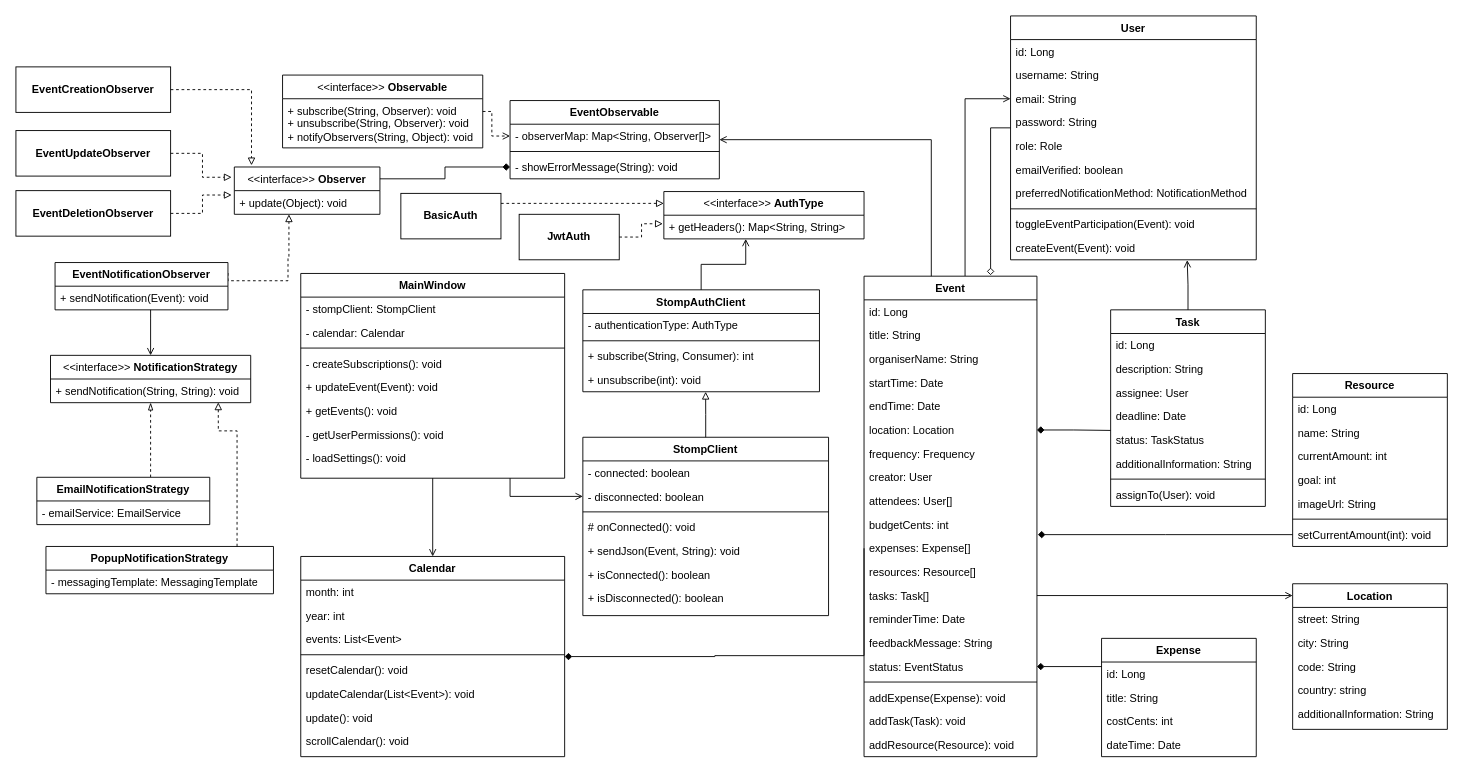
kguzek/event-scheduling-system keeps this draw.io diagram as ess-classes.drawio. Above is the earlier version. Source tidied: cells renumbered, new cells numbered last; positions are measured from the earlier drawing's top-left corner, leaving out a move shared by most shapes. Both pictures are drawn from the tidied source at 91%, with x=0, y=0 at pixel (15, 15).
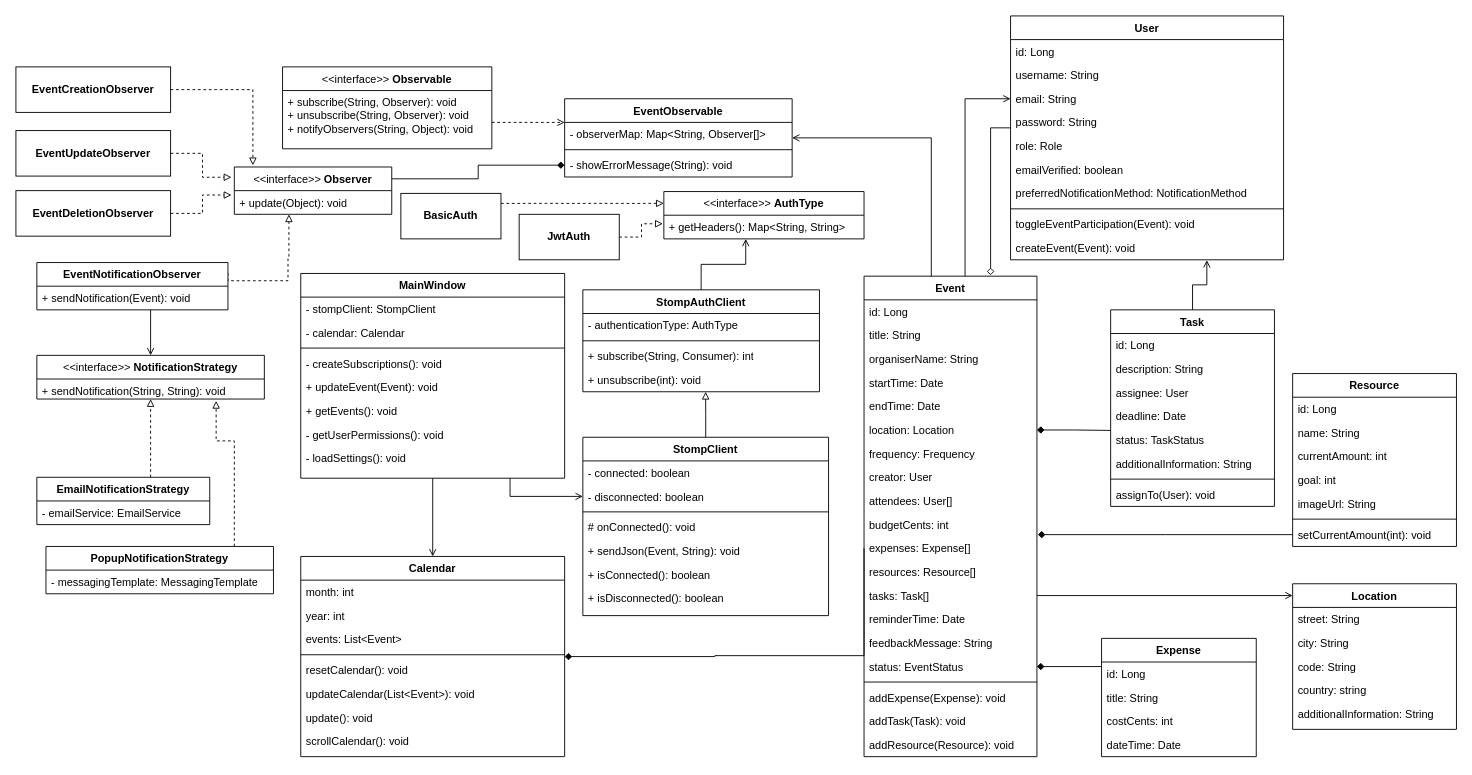
After the change.

Commit message:
fix overflowing text

Unchanged cells that the change refers to:
```xml
<mxCell id="116" value="EmailNotificationStrategy" style="swimlane;fontStyle=1;align=center;verticalAlign=top;horizontal=1;startSize=26;whiteSpace=wrap;html=1;" parent="1" vertex="1">
  <mxGeometry x="23" y="507" width="190" height="52" as="geometry" />
</mxCell>
<mxCell id="118" value="PopupNotificationStrategy" style="swimlane;fontStyle=1;align=center;verticalAlign=top;horizontal=1;startSize=26;whiteSpace=wrap;html=1;" parent="1" vertex="1">
  <mxGeometry x="33" y="583" width="250" height="52" as="geometry" />
</mxCell>
```

Change to the diagram source:
```diff
@@
     <mxCell id="2" value="User" style="swimlane;fontStyle=1;align=center;verticalAlign=top;horizontal=1;startSize=26;rounded=0;shadow=0;strokeWidth=1;" parent="1" vertex="1">
-      <mxGeometry x="1093" width="270" height="268" as="geometry" />
+      <mxGeometry x="1093" width="300" height="268" as="geometry" />
     </mxCell>
     <mxCell id="3" value="id: Long" style="text;align=left;verticalAlign=top;spacingLeft=4;spacingRight=4;overflow=hidden;" parent="2" vertex="1">
-      <mxGeometry y="26" width="270" height="26" as="geometry" />
+      <mxGeometry y="26" width="300" height="26" as="geometry" />
     </mxCell>
     <mxCell id="4" value="username: String" style="text;align=left;verticalAlign=top;spacingLeft=4;spacingRight=4;overflow=hidden;rounded=0;shadow=0;html=0;" parent="2" vertex="1">
-      <mxGeometry y="52" width="270" height="26" as="geometry" />
+      <mxGeometry y="52" width="300" height="26" as="geometry" />
     </mxCell>
     <mxCell id="5" value="email: String" style="text;align=left;verticalAlign=top;spacingLeft=4;spacingRight=4;overflow=hidden;points=[[0,0.5],[1,0.5]];portConstraint=eastwest;rounded=0;shadow=0;html=0;" parent="2" vertex="1">
-      <mxGeometry y="78" width="270" height="26" as="geometry" />
+      <mxGeometry y="78" width="300" height="26" as="geometry" />
     </mxCell>
     <mxCell id="6" value="password: String" style="text;align=left;verticalAlign=top;spacingLeft=4;spacingRight=4;overflow=hidden;rounded=0;shadow=0;html=0;" parent="2" vertex="1">
-      <mxGeometry y="104" width="270" height="26" as="geometry" />
+      <mxGeometry y="104" width="300" height="26" as="geometry" />
     </mxCell>
     <mxCell id="7" value="role: Role" style="text;align=left;verticalAlign=top;spacingLeft=4;spacingRight=4;overflow=hidden;rounded=0;shadow=0;html=0;" parent="2" vertex="1">
-      <mxGeometry y="130" width="270" height="26" as="geometry" />
+      <mxGeometry y="130" width="300" height="26" as="geometry" />
     </mxCell>
     <mxCell id="8" value="emailVerified: boolean" style="text;align=left;verticalAlign=top;spacingLeft=4;spacingRight=4;overflow=hidden;rounded=0;shadow=0;html=0;" parent="2" vertex="1">
-      <mxGeometry y="156" width="270" height="26" as="geometry" />
+      <mxGeometry y="156" width="300" height="26" as="geometry" />
     </mxCell>
     <mxCell id="9" value="preferredNotificationMethod: NotificationMethod&#10;" style="text;align=left;verticalAlign=top;spacingLeft=4;spacingRight=4;overflow=hidden;rounded=0;shadow=0;html=0;" parent="2" vertex="1">
-      <mxGeometry y="182" width="270" height="26" as="geometry" />
+      <mxGeometry y="182" width="300" height="26" as="geometry" />
     </mxCell>
     <mxCell id="10" style="line;strokeWidth=1;fillColor=none;align=left;verticalAlign=middle;spacingTop=-1;spacingLeft=3;spacingRight=3;labelPosition=right;" parent="2" vertex="1">
-      <mxGeometry y="208" width="270" height="8" as="geometry" />
+      <mxGeometry y="208" width="300" height="8" as="geometry" />
     </mxCell>
     <mxCell id="11" value="toggleEventParticipation(Event): void" style="text;align=left;verticalAlign=top;spacingLeft=4;spacingRight=4;overflow=hidden;rounded=0;shadow=0;html=0;" parent="2" vertex="1">
-      <mxGeometry y="216" width="270" height="26" as="geometry" />
+      <mxGeometry y="216" width="300" height="26" as="geometry" />
     </mxCell>
     <mxCell id="12" value="createEvent(Event): void" style="text;align=left;verticalAlign=top;spacingLeft=4;spacingRight=4;overflow=hidden;points=[[0,0.5],[1,0.5]];portConstraint=eastwest;rounded=0;shadow=0;html=0;" parent="2" vertex="1">
-      <mxGeometry y="242" width="270" height="26" as="geometry" />
+      <mxGeometry y="242" width="300" height="26" as="geometry" />
     </mxCell>
@@
     <mxCell id="36" value="Location" style="swimlane;fontStyle=1;align=center;verticalAlign=top;horizontal=1;startSize=26;rounded=0;shadow=0;strokeWidth=1;" parent="1" vertex="1">
-      <mxGeometry x="1403" y="624" width="170" height="160" as="geometry" />
+      <mxGeometry x="1403" y="624" width="180" height="160" as="geometry" />
     </mxCell>
     <mxCell id="37" value="street: String" style="text;align=left;verticalAlign=top;spacingLeft=4;spacingRight=4;overflow=hidden;" parent="36" vertex="1">
-      <mxGeometry y="26" width="170" height="26" as="geometry" />
+      <mxGeometry y="26" width="180" height="26" as="geometry" />
     </mxCell>
     <mxCell id="38" value="city: String" style="text;align=left;verticalAlign=top;spacingLeft=4;spacingRight=4;overflow=hidden;rounded=0;shadow=0;html=0;" parent="36" vertex="1">
-      <mxGeometry y="52" width="170" height="26" as="geometry" />
+      <mxGeometry y="52" width="180" height="26" as="geometry" />
     </mxCell>
     <mxCell id="39" value="code: String" style="text;align=left;verticalAlign=top;spacingLeft=4;spacingRight=4;overflow=hidden;rounded=0;shadow=0;html=0;" parent="36" vertex="1">
-      <mxGeometry y="78" width="170" height="26" as="geometry" />
+      <mxGeometry y="78" width="180" height="26" as="geometry" />
     </mxCell>
     <mxCell id="40" value="country: string" style="text;align=left;verticalAlign=top;spacingLeft=4;spacingRight=4;overflow=hidden;rounded=0;shadow=0;html=0;" parent="36" vertex="1">
-      <mxGeometry y="104" width="170" height="26" as="geometry" />
+      <mxGeometry y="104" width="180" height="26" as="geometry" />
     </mxCell>
     <mxCell id="41" value="additionalInformation: String" style="text;align=left;verticalAlign=top;spacingLeft=4;spacingRight=4;overflow=hidden;rounded=0;shadow=0;html=0;" parent="36" vertex="1">
-      <mxGeometry y="130" width="170" height="26" as="geometry" />
+      <mxGeometry y="130" width="180" height="26" as="geometry" />
     </mxCell>
     <mxCell id="42" value="Resource" style="swimlane;fontStyle=1;align=center;verticalAlign=top;horizontal=1;startSize=26;rounded=0;shadow=0;strokeWidth=1;" parent="1" vertex="1">
-      <mxGeometry x="1403" y="393" width="170" height="190" as="geometry" />
+      <mxGeometry x="1403" y="393" width="180" height="190" as="geometry" />
     </mxCell>
     <mxCell id="43" value="id: Long" style="text;align=left;verticalAlign=top;spacingLeft=4;spacingRight=4;overflow=hidden;" parent="42" vertex="1">
-      <mxGeometry y="26" width="170" height="26" as="geometry" />
+      <mxGeometry y="26" width="180" height="26" as="geometry" />
     </mxCell>
     <mxCell id="44" value="name: String" style="text;align=left;verticalAlign=top;spacingLeft=4;spacingRight=4;overflow=hidden;rounded=0;shadow=0;html=0;" parent="42" vertex="1">
-      <mxGeometry y="52" width="170" height="26" as="geometry" />
+      <mxGeometry y="52" width="180" height="26" as="geometry" />
     </mxCell>
     <mxCell id="45" value="currentAmount: int" style="text;align=left;verticalAlign=top;spacingLeft=4;spacingRight=4;overflow=hidden;rounded=0;shadow=0;html=0;" parent="42" vertex="1">
-      <mxGeometry y="78" width="170" height="26" as="geometry" />
+      <mxGeometry y="78" width="180" height="26" as="geometry" />
     </mxCell>
     <mxCell id="46" value="goal: int" style="text;align=left;verticalAlign=top;spacingLeft=4;spacingRight=4;overflow=hidden;rounded=0;shadow=0;html=0;" parent="42" vertex="1">
-      <mxGeometry y="104" width="170" height="26" as="geometry" />
+      <mxGeometry y="104" width="180" height="26" as="geometry" />
     </mxCell>
     <mxCell id="47" value="imageUrl: String" style="text;align=left;verticalAlign=top;spacingLeft=4;spacingRight=4;overflow=hidden;rounded=0;shadow=0;html=0;" parent="42" vertex="1">
-      <mxGeometry y="130" width="170" height="26" as="geometry" />
+      <mxGeometry y="130" width="180" height="26" as="geometry" />
     </mxCell>
     <mxCell id="48" style="line;strokeWidth=1;fillColor=none;align=left;verticalAlign=middle;spacingTop=-1;spacingLeft=3;spacingRight=3;labelPosition=right;" parent="42" vertex="1">
-      <mxGeometry y="156" width="170" height="8" as="geometry" />
+      <mxGeometry y="156" width="180" height="8" as="geometry" />
     </mxCell>
@@
     <mxCell id="50" value="setCurrentAmount(int): void" style="text;align=left;verticalAlign=top;spacingLeft=4;spacingRight=4;overflow=hidden;points=[[0,0.5],[1,0.5]];portConstraint=eastwest;rounded=0;shadow=0;html=0;" parent="42" vertex="1">
-      <mxGeometry y="164" width="170" height="26" as="geometry" />
+      <mxGeometry y="164" width="180" height="26" as="geometry" />
     </mxCell>
@@
     <mxCell id="56" value="Task&#10;" style="swimlane;fontStyle=1;align=center;verticalAlign=top;horizontal=1;startSize=26;rounded=0;shadow=0;strokeWidth=1;" parent="1" vertex="1">
-      <mxGeometry x="1203" y="323" width="170" height="216" as="geometry" />
+      <mxGeometry x="1203" y="323" width="180" height="216" as="geometry" />
     </mxCell>
     <mxCell id="57" value="id: Long" style="text;align=left;verticalAlign=top;spacingLeft=4;spacingRight=4;overflow=hidden;" parent="56" vertex="1">
-      <mxGeometry y="26" width="170" height="26" as="geometry" />
+      <mxGeometry y="26" width="180" height="26" as="geometry" />
     </mxCell>
     <mxCell id="58" value="description: String" style="text;align=left;verticalAlign=top;spacingLeft=4;spacingRight=4;overflow=hidden;rounded=0;shadow=0;html=0;" parent="56" vertex="1">
-      <mxGeometry y="52" width="170" height="26" as="geometry" />
+      <mxGeometry y="52" width="180" height="26" as="geometry" />
     </mxCell>
     <mxCell id="59" value="assignee: User" style="text;align=left;verticalAlign=top;spacingLeft=4;spacingRight=4;overflow=hidden;rounded=0;shadow=0;html=0;" parent="56" vertex="1">
-      <mxGeometry y="78" width="170" height="26" as="geometry" />
+      <mxGeometry y="78" width="180" height="26" as="geometry" />
     </mxCell>
     <mxCell id="60" value="deadline: Date" style="text;align=left;verticalAlign=top;spacingLeft=4;spacingRight=4;overflow=hidden;rounded=0;shadow=0;html=0;" parent="56" vertex="1">
-      <mxGeometry y="104" width="170" height="26" as="geometry" />
+      <mxGeometry y="104" width="180" height="26" as="geometry" />
     </mxCell>
     <mxCell id="61" value="status: TaskStatus" style="text;align=left;verticalAlign=top;spacingLeft=4;spacingRight=4;overflow=hidden;points=[[0,0.5],[1,0.5]];portConstraint=eastwest;rounded=0;shadow=0;html=0;" parent="56" vertex="1">
-      <mxGeometry y="130" width="170" height="26" as="geometry" />
+      <mxGeometry y="130" width="180" height="26" as="geometry" />
     </mxCell>
     <mxCell id="62" value="additionalInformation: String" style="text;align=left;verticalAlign=top;spacingLeft=4;spacingRight=4;overflow=hidden;rounded=0;shadow=0;html=0;" parent="56" vertex="1">
-      <mxGeometry y="156" width="170" height="26" as="geometry" />
+      <mxGeometry y="156" width="180" height="26" as="geometry" />
     </mxCell>
     <mxCell id="63" style="line;strokeWidth=1;fillColor=none;align=left;verticalAlign=middle;spacingTop=-1;spacingLeft=3;spacingRight=3;labelPosition=right;" parent="56" vertex="1">
-      <mxGeometry y="182" width="170" height="8" as="geometry" />
+      <mxGeometry y="182" width="180" height="8" as="geometry" />
     </mxCell>
     <mxCell id="64" value="assignTo(User): void" style="text;align=left;verticalAlign=top;spacingLeft=4;spacingRight=4;overflow=hidden;rounded=0;shadow=0;html=0;" parent="56" vertex="1">
-      <mxGeometry y="190" width="170" height="26" as="geometry" />
+      <mxGeometry y="190" width="180" height="26" as="geometry" />
     </mxCell>
@@
     <mxCell id="93" value="&lt;span style=&quot;font-weight: normal;&quot;&gt;&amp;lt;&amp;lt;interface&amp;gt;&amp;gt; &lt;b&gt;Observer&lt;/b&gt;&lt;/span&gt;" style="swimlane;fontStyle=1;align=center;verticalAlign=top;horizontal=1;startSize=26;whiteSpace=wrap;html=1;" parent="1" vertex="1">
-      <mxGeometry x="240" y="166" width="160" height="52" as="geometry" />
+      <mxGeometry x="240" y="166" width="173" height="52" as="geometry" />
     </mxCell>
     <mxCell id="94" value="+ update(Object): void" style="text;strokeColor=none;fillColor=none;align=left;verticalAlign=top;spacingLeft=4;spacingRight=4;overflow=hidden;points=[[0,0.5],[1,0.5]];portConstraint=eastwest;whiteSpace=wrap;html=1;" parent="93" vertex="1">
-      <mxGeometry y="26" width="160" height="26" as="geometry" />
+      <mxGeometry y="26" width="173" height="26" as="geometry" />
     </mxCell>
@@
     <mxCell id="103" value="&lt;div&gt;&lt;span style=&quot;font-weight: normal;&quot;&gt;&amp;lt;&amp;lt;interface&amp;gt;&amp;gt; &lt;b&gt;Observable&lt;/b&gt;&lt;/span&gt;&lt;/div&gt;" style="swimlane;fontStyle=1;align=center;verticalAlign=top;horizontal=1;startSize=26;whiteSpace=wrap;html=1;" parent="1" vertex="1">
-      <mxGeometry x="293" y="65" width="220" height="80" as="geometry" />
+      <mxGeometry x="293" y="56" width="230" height="90" as="geometry" />
     </mxCell>
-    <mxCell id="104" value="&lt;div&gt;+ subscribe(String, Observer): void&lt;/div&gt;&lt;div&gt;+ unsubscribe(String, Observer): void&lt;/div&gt;&lt;div&gt;+ notifyObservers(String, Object): void&lt;br&gt;&lt;/div&gt;" style="text;strokeColor=none;fillColor=none;align=left;verticalAlign=top;spacingLeft=4;spacingRight=4;overflow=hidden;whiteSpace=wrap;html=1;" parent="103" vertex="1">
-      <mxGeometry y="26" width="220" height="54" as="geometry" />
+    <mxCell id="104" value="&lt;div&gt;+ subscribe(String, Observer): void&lt;/div&gt;&lt;div&gt;+ unsubscribe(String, Observer): void&lt;/div&gt;&lt;div&gt;+ notifyObservers(String, Object): void&lt;br&gt;&lt;/div&gt;&lt;div&gt;&lt;br&gt;&lt;/div&gt;&lt;div&gt;&lt;br&gt;&lt;/div&gt;" style="text;strokeColor=none;fillColor=none;align=left;verticalAlign=top;spacingLeft=4;spacingRight=4;overflow=hidden;whiteSpace=wrap;html=1;" parent="103" vertex="1">
+      <mxGeometry y="26" width="230" height="64" as="geometry" />
     </mxCell>
     <mxCell id="105" value="EventObservable" style="swimlane;fontStyle=1;align=center;verticalAlign=top;horizontal=1;startSize=26;whiteSpace=wrap;html=1;" parent="1" vertex="1">
-      <mxGeometry x="543" y="93" width="230" height="86" as="geometry" />
+      <mxGeometry x="603" y="91" width="250" height="86" as="geometry" />
     </mxCell>
     <mxCell id="106" value="- observerMap: Map&amp;lt;String, Observer[]&amp;gt;" style="text;strokeColor=none;fillColor=none;align=left;verticalAlign=top;spacingLeft=4;spacingRight=4;overflow=hidden;points=[[0,0.5],[1,0.5]];portConstraint=eastwest;whiteSpace=wrap;html=1;" parent="105" vertex="1">
-      <mxGeometry y="26" width="230" height="26" as="geometry" />
+      <mxGeometry y="26" width="250" height="26" as="geometry" />
     </mxCell>
     <mxCell id="107" style="line;strokeWidth=1;fillColor=none;align=left;verticalAlign=middle;spacingTop=-1;spacingLeft=3;spacingRight=3;labelPosition=right;strokeColor=inherit;" parent="105" vertex="1">
-      <mxGeometry y="52" width="230" height="8" as="geometry" />
+      <mxGeometry y="52" width="250" height="8" as="geometry" />
     </mxCell>
-    <mxCell id="108" value="- showErrorMessage(String): void" style="text;strokeColor=none;fillColor=none;align=left;verticalAlign=top;spacingLeft=4;spacingRight=4;overflow=hidden;points=[[0,0.5],[1,0.5]];portConstraint=eastwest;whiteSpace=wrap;html=1;" parent="105" vertex="1">
-      <mxGeometry y="60" width="230" height="26" as="geometry" />
+    <mxCell id="108" value="&lt;div&gt;- showErrorMessage(String): void&lt;/div&gt;" style="text;strokeColor=none;fillColor=none;align=left;verticalAlign=top;spacingLeft=4;spacingRight=4;overflow=hidden;points=[[0,0.5],[1,0.5]];portConstraint=eastwest;whiteSpace=wrap;html=1;" parent="105" vertex="1">
+      <mxGeometry y="60" width="250" height="26" as="geometry" />
     </mxCell>
@@
     <mxCell id="111" value="EventNotificationObserver" style="swimlane;fontStyle=1;align=center;verticalAlign=top;horizontal=1;startSize=26;whiteSpace=wrap;html=1;" parent="1" vertex="1">
-      <mxGeometry x="43" y="271" width="190" height="52" as="geometry" />
+      <mxGeometry x="23" y="271" width="210" height="52" as="geometry" />
     </mxCell>
     <mxCell id="112" value="+ sendNotification(Event): void" style="text;strokeColor=none;fillColor=none;align=left;verticalAlign=top;spacingLeft=4;spacingRight=4;overflow=hidden;whiteSpace=wrap;html=1;" parent="111" vertex="1">
-      <mxGeometry y="26" width="190" height="26" as="geometry" />
+      <mxGeometry y="26" width="210" height="26" as="geometry" />
     </mxCell>
     <mxCell id="113" value="&lt;span style=&quot;font-weight: normal;&quot;&gt;&amp;lt;&amp;lt;interface&amp;gt;&amp;gt; &lt;b&gt;NotificationStrategy&lt;/b&gt;&lt;/span&gt;" style="swimlane;fontStyle=1;align=center;verticalAlign=top;horizontal=1;startSize=26;whiteSpace=wrap;html=1;" parent="1" vertex="1">
-      <mxGeometry x="38" y="373" width="220" height="52" as="geometry" />
+      <mxGeometry x="23" y="373" width="250" height="48" as="geometry" />
     </mxCell>
     <mxCell id="114" value="+ sendNotification(String, String): void" style="text;strokeColor=none;fillColor=none;align=left;verticalAlign=top;spacingLeft=4;spacingRight=4;overflow=hidden;points=[[0,0.5],[1,0.5]];portConstraint=eastwest;whiteSpace=wrap;html=1;" parent="113" vertex="1">
-      <mxGeometry y="26" width="220" height="26" as="geometry" />
+      <mxGeometry y="26" width="250" height="22" as="geometry" />
     </mxCell>
-    <mxCell id="115" style="edgeStyle=orthogonalEdgeStyle;rounded=0;jettySize=auto;html=1;dashed=1;endArrow=blockThin;endFill=0;" parent="1" edge="1" source="116" target="113">
+    <mxCell id="115" style="edgeStyle=orthogonalEdgeStyle;rounded=0;jettySize=auto;html=1;dashed=1;endArrow=block;endFill=0;" parent="1" edge="1" source="116" target="113">
       <mxGeometry relative="1" as="geometry">
         <Array as="points">
           <mxPoint x="148" y="493" />
           <mxPoint x="148" y="493" />
         </Array>
       </mxGeometry>
     </mxCell>
@@
-    <mxCell id="120" style="edgeStyle=orthogonalEdgeStyle;rounded=0;jettySize=auto;html=1;entryX=0.838;entryY=0.987;entryDx=0;entryDy=0;entryPerimeter=0;dashed=1;endArrow=block;endFill=0;" parent="1" edge="1" source="118" target="114">
+    <mxCell id="120" style="edgeStyle=orthogonalEdgeStyle;rounded=0;jettySize=auto;html=1;dashed=1;endArrow=block;endFill=0;exitX=0.828;exitY=0;exitDx=0;exitDy=0;exitPerimeter=0;entryX=0.788;entryY=1.091;entryDx=0;entryDy=0;entryPerimeter=0;" parent="1" edge="1" source="118" target="114">
       <mxGeometry relative="1" as="geometry">
         <Array as="points">
-          <mxPoint x="243" y="456" />
-          <mxPoint x="222" y="456" />
+          <mxPoint x="240" y="467" />
+          <mxPoint x="220" y="467" />
         </Array>
       </mxGeometry>
     </mxCell>
```
